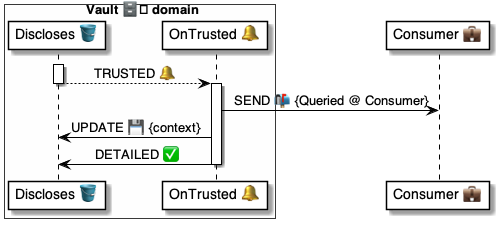
Above: 4 ⚙️ Solution/41 🎭 Domain Roles/Vaults 🗄️/🗄️🪣 Vault tables/Discloses 💼 table/🪣🔔 2 Trusted/🗄️ OnTrusted ⚙️ uml.png in pollyweb-org/pollyweb-docs (PlantUML), before the change. Its source is kept beside it as 4 ⚙️ Solution/41 🎭 Domain Roles/Vaults 🗄️/🗄️🪣 Vault tables/Discloses 💼 table/🪣🔔 2 Trusted/🗄️ OnTrusted ⚙️ uml.puml.
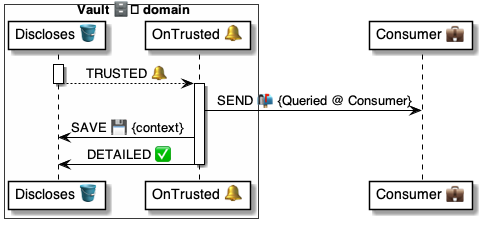
The same file after the commit.

Change to the diagram source:
```diff
@@ -15,7 +15,7 @@
 
 activate handler
     handler -> consumer: SEND 📬 {Queried @ Consumer}
-    handler -> discloses: UPDATE 💾 {context}
+    handler -> discloses: SAVE 💾 {context}
     handler -> discloses: DETAILED ✅
 deactivate handler
 
```
